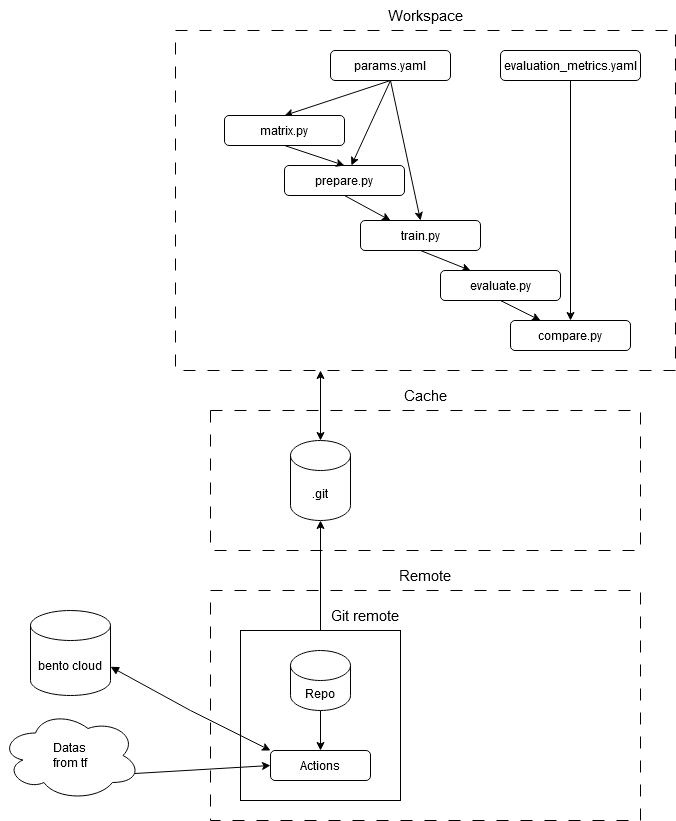
Before: image/diagram_mlops.png, a diagram exported from draw.io (DrinkDark/mlops_project). Source tidied: cells renumbered, new cells last; positions are measured from the earlier drawing's top-left corner, leaving out a move shared by most shapes. The source it was exported from:
```xml
<mxGraphModel>
  <root>
    <mxCell id="0" />
    <mxCell id="1" parent="0" />
    <mxCell id="2" style="rounded=0;whiteSpace=wrap;html=1;fillColor=none;dashed=1;dashPattern=12 12;" parent="1" vertex="1">
      <mxGeometry x="175" y="30" width="500" height="340" as="geometry" />
    </mxCell>
    <mxCell id="3" style="rounded=0;jettySize=auto;html=1;exitX=0.5;exitY=1;exitDx=0;exitDy=0;" parent="1" edge="1" source="6" target="8">
      <mxGeometry relative="1" as="geometry" />
    </mxCell>
    <mxCell id="4" style="rounded=0;jettySize=auto;html=1;exitX=0.5;exitY=1;exitDx=0;exitDy=0;entryX=0.5;entryY=0;entryDx=0;entryDy=0;" parent="1" edge="1" source="6" target="10">
      <mxGeometry relative="1" as="geometry" />
    </mxCell>
    <mxCell id="5" style="rounded=0;jettySize=auto;html=1;exitX=0.5;exitY=1;exitDx=0;exitDy=0;entryX=0.5;entryY=0;entryDx=0;entryDy=0;" parent="1" edge="1" source="6" target="32">
      <mxGeometry relative="1" as="geometry" />
    </mxCell>
    <mxCell id="6" value="params.yaml" style="rounded=1;whiteSpace=wrap;html=1;" parent="1" vertex="1">
      <mxGeometry x="330" y="50" width="120" height="30" as="geometry" />
    </mxCell>
    <mxCell id="7" value="evaluation_metrics.yaml" style="rounded=1;whiteSpace=wrap;html=1;" parent="1" vertex="1">
      <mxGeometry x="500" y="50" width="140" height="30" as="geometry" />
    </mxCell>
    <mxCell id="8" value="prepare.py" style="rounded=1;whiteSpace=wrap;html=1;" parent="1" vertex="1">
      <mxGeometry x="284" y="165" width="120" height="30" as="geometry" />
    </mxCell>
    <mxCell id="9" style="rounded=0;jettySize=auto;html=1;exitX=0.5;exitY=1;exitDx=0;exitDy=0;entryX=0.25;entryY=0;entryDx=0;entryDy=0;" parent="1" edge="1" source="10" target="12">
      <mxGeometry relative="1" as="geometry" />
    </mxCell>
    <mxCell id="10" value="train.py" style="rounded=1;whiteSpace=wrap;html=1;" parent="1" vertex="1">
      <mxGeometry x="360" y="220" width="120" height="30" as="geometry" />
    </mxCell>
    <mxCell id="11" style="rounded=0;jettySize=auto;html=1;exitX=0.5;exitY=1;exitDx=0;exitDy=0;entryX=0.25;entryY=0;entryDx=0;entryDy=0;" parent="1" edge="1" source="12" target="13">
      <mxGeometry relative="1" as="geometry" />
    </mxCell>
    <mxCell id="12" value="evaluate.py" style="rounded=1;whiteSpace=wrap;html=1;" parent="1" vertex="1">
      <mxGeometry x="440" y="270" width="120" height="30" as="geometry" />
    </mxCell>
    <mxCell id="13" value="compare.py" style="rounded=1;whiteSpace=wrap;html=1;" parent="1" vertex="1">
      <mxGeometry x="510" y="320" width="120" height="30" as="geometry" />
    </mxCell>
    <mxCell id="14" style="edgeStyle=orthogonalEdgeStyle;rounded=0;jettySize=auto;html=1;exitX=0.5;exitY=1;exitDx=0;exitDy=0;entryX=0.5;entryY=0;entryDx=0;entryDy=0;" parent="1" edge="1" source="7" target="13">
      <mxGeometry relative="1" as="geometry" />
    </mxCell>
    <mxCell id="15" style="endArrow=classic;html=1;rounded=0;exitX=0.5;exitY=1;exitDx=0;exitDy=0;entryX=0.25;entryY=0;entryDx=0;entryDy=0;" parent="1" edge="1" source="8" target="10">
      <mxGeometry relative="1" as="geometry" />
    </mxCell>
    <mxCell id="16" value="&lt;font style=&quot;font-size: 15px;&quot;&gt;Workspace&lt;/font&gt;" style="text;html=1;align=center;verticalAlign=middle;whiteSpace=wrap;rounded=0;" parent="1" vertex="1">
      <mxGeometry x="370" width="110" height="30" as="geometry" />
    </mxCell>
    <mxCell id="17" style="rounded=0;whiteSpace=wrap;html=1;fillColor=none;dashed=1;dashPattern=12 12;" parent="1" vertex="1">
      <mxGeometry x="210" y="410" width="430" height="140" as="geometry" />
    </mxCell>
    <mxCell id="18" value=".git" style="shape=cylinder3;whiteSpace=wrap;html=1;boundedLbl=1;backgroundOutline=1;size=15;" parent="1" vertex="1">
      <mxGeometry x="290" y="440" width="60" height="80" as="geometry" />
    </mxCell>
    <mxCell id="19" value="&lt;font style=&quot;font-size: 15px;&quot;&gt;Cache&lt;/font&gt;" style="text;html=1;align=center;verticalAlign=middle;whiteSpace=wrap;rounded=0;" parent="1" vertex="1">
      <mxGeometry x="370" y="380" width="110" height="30" as="geometry" />
    </mxCell>
    <mxCell id="20" style="rounded=0;whiteSpace=wrap;html=1;fillColor=none;dashed=1;dashPattern=12 12;" parent="1" vertex="1">
      <mxGeometry x="210" y="590" width="430" height="230" as="geometry" />
    </mxCell>
    <mxCell id="21" value="&lt;font style=&quot;font-size: 15px;&quot;&gt;Remote&lt;/font&gt;" style="text;html=1;align=center;verticalAlign=middle;whiteSpace=wrap;rounded=0;" parent="1" vertex="1">
      <mxGeometry x="370" y="560" width="110" height="30" as="geometry" />
    </mxCell>
    <mxCell id="22" style="rounded=0;whiteSpace=wrap;html=1;fillColor=none;" parent="1" vertex="1">
      <mxGeometry x="240" y="630" width="160" height="170" as="geometry" />
    </mxCell>
    <mxCell id="23" value="&lt;font style=&quot;font-size: 15px;&quot;&gt;Git remote&lt;/font&gt;" style="text;html=1;align=center;verticalAlign=middle;whiteSpace=wrap;rounded=0;" parent="1" vertex="1">
      <mxGeometry x="310" y="600" width="110" height="30" as="geometry" />
    </mxCell>
    <mxCell id="24" style="edgeStyle=orthogonalEdgeStyle;rounded=0;jettySize=auto;html=1;exitX=0.5;exitY=0;exitDx=0;exitDy=0;entryX=0.5;entryY=1;entryDx=0;entryDy=0;entryPerimeter=0;" parent="1" edge="1" source="22" target="18">
      <mxGeometry relative="1" as="geometry" />
    </mxCell>
    <mxCell id="25" style="endArrow=classic;startArrow=classic;html=1;rounded=0;exitX=0.5;exitY=0;exitDx=0;exitDy=0;exitPerimeter=0;" parent="1" edge="1" source="18">
      <mxGeometry relative="1" as="geometry">
        <mxPoint x="320" y="370" as="targetPoint" />
      </mxGeometry>
    </mxCell>
    <mxCell id="26" style="edgeStyle=orthogonalEdgeStyle;rounded=0;jettySize=auto;html=1;" parent="1" edge="1" source="27" target="28">
      <mxGeometry relative="1" as="geometry" />
    </mxCell>
    <mxCell id="27" value="Repo" style="shape=cylinder3;whiteSpace=wrap;html=1;boundedLbl=1;backgroundOutline=1;size=15;" parent="1" vertex="1">
      <mxGeometry x="290" y="650" width="60" height="60" as="geometry" />
    </mxCell>
    <mxCell id="28" value="Actions" style="rounded=1;whiteSpace=wrap;html=1;" parent="1" vertex="1">
      <mxGeometry x="270" y="750" width="100" height="30" as="geometry" />
    </mxCell>
    <mxCell id="29" style="rounded=0;jettySize=auto;html=1;exitX=0.96;exitY=0.7;exitDx=0;exitDy=0;exitPerimeter=0;entryX=0;entryY=0.5;entryDx=0;entryDy=0;" parent="1" edge="1" source="30" target="28">
      <mxGeometry relative="1" as="geometry" />
    </mxCell>
    <mxCell id="30" value="Datas &lt;br&gt;from&amp;nbsp;tf" style="ellipse;shape=cloud;whiteSpace=wrap;html=1;" parent="1" vertex="1">
      <mxGeometry y="710" width="140" height="90" as="geometry" />
    </mxCell>
    <mxCell id="31" style="rounded=0;jettySize=auto;html=1;exitX=0.5;exitY=1;exitDx=0;exitDy=0;entryX=0.5;entryY=0;entryDx=0;entryDy=0;" parent="1" edge="1" source="32" target="8">
      <mxGeometry relative="1" as="geometry" />
    </mxCell>
    <mxCell id="32" value="matrix.py" style="rounded=1;whiteSpace=wrap;html=1;" parent="1" vertex="1">
      <mxGeometry x="224" y="115" width="120" height="30" as="geometry" />
    </mxCell>
    <mxCell id="33" value="bento cloud" style="shape=cylinder3;whiteSpace=wrap;html=1;boundedLbl=1;backgroundOutline=1;size=15;" parent="1" vertex="1">
      <mxGeometry x="30" y="610" width="80" height="85" as="geometry" />
    </mxCell>
    <mxCell id="34" style="rounded=0;jettySize=auto;html=1;exitX=1;exitY=0;exitDx=0;exitDy=56.25;exitPerimeter=0;entryX=0;entryY=0;entryDx=0;entryDy=0;startArrow=block;startFill=1;" parent="1" edge="1" source="33" target="28">
      <mxGeometry relative="1" as="geometry">
        <Array as="points">
          <mxPoint x="190" y="710" />
        </Array>
      </mxGeometry>
    </mxCell>
  </root>
</mxGraphModel>
```
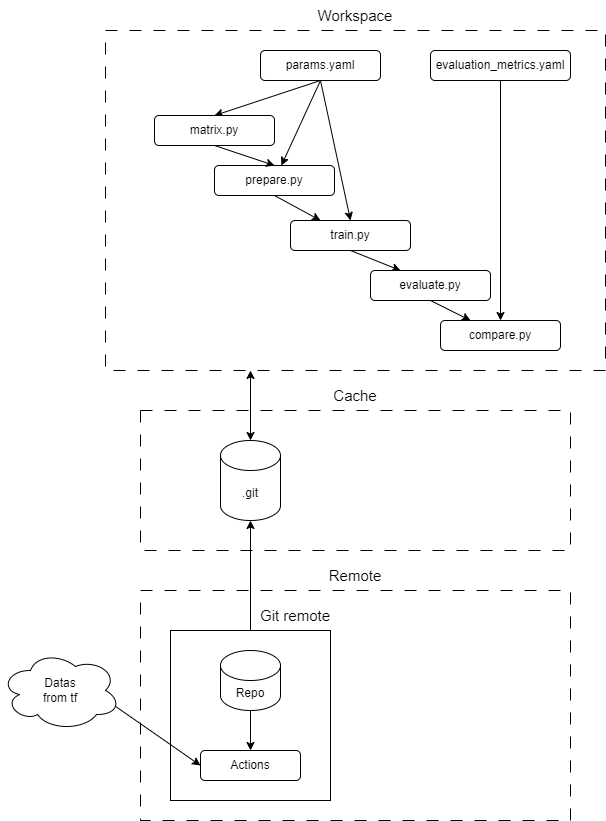
Above is the later version.

Commit message:
Modifie normalisation overfitting_tendency

What changed in the source:
```diff
@@ -89,7 +89,7 @@
       <mxGeometry relative="1" as="geometry" />
     </mxCell>
     <mxCell id="30" value="Datas &lt;br&gt;from&amp;nbsp;tf" style="ellipse;shape=cloud;whiteSpace=wrap;html=1;" parent="1" vertex="1">
-      <mxGeometry y="710" width="140" height="90" as="geometry" />
+      <mxGeometry x="70" y="650" width="120" height="80" as="geometry" />
     </mxCell>
     <mxCell id="31" style="rounded=0;jettySize=auto;html=1;exitX=0.5;exitY=1;exitDx=0;exitDy=0;entryX=0.5;entryY=0;entryDx=0;entryDy=0;" parent="1" edge="1" source="32" target="8">
       <mxGeometry relative="1" as="geometry" />
@@ -97,15 +97,5 @@
     <mxCell id="32" value="matrix.py" style="rounded=1;whiteSpace=wrap;html=1;" parent="1" vertex="1">
       <mxGeometry x="224" y="115" width="120" height="30" as="geometry" />
     </mxCell>
-    <mxCell id="33" value="bento cloud" style="shape=cylinder3;whiteSpace=wrap;html=1;boundedLbl=1;backgroundOutline=1;size=15;" parent="1" vertex="1">
-      <mxGeometry x="30" y="610" width="80" height="85" as="geometry" />
-    </mxCell>
-    <mxCell id="34" style="rounded=0;jettySize=auto;html=1;exitX=1;exitY=0;exitDx=0;exitDy=56.25;exitPerimeter=0;entryX=0;entryY=0;entryDx=0;entryDy=0;startArrow=block;startFill=1;" parent="1" edge="1" source="33" target="28">
-      <mxGeometry relative="1" as="geometry">
-        <Array as="points">
-          <mxPoint x="190" y="710" />
-        </Array>
-      </mxGeometry>
-    </mxCell>
   </root>
 </mxGraphModel>
```
